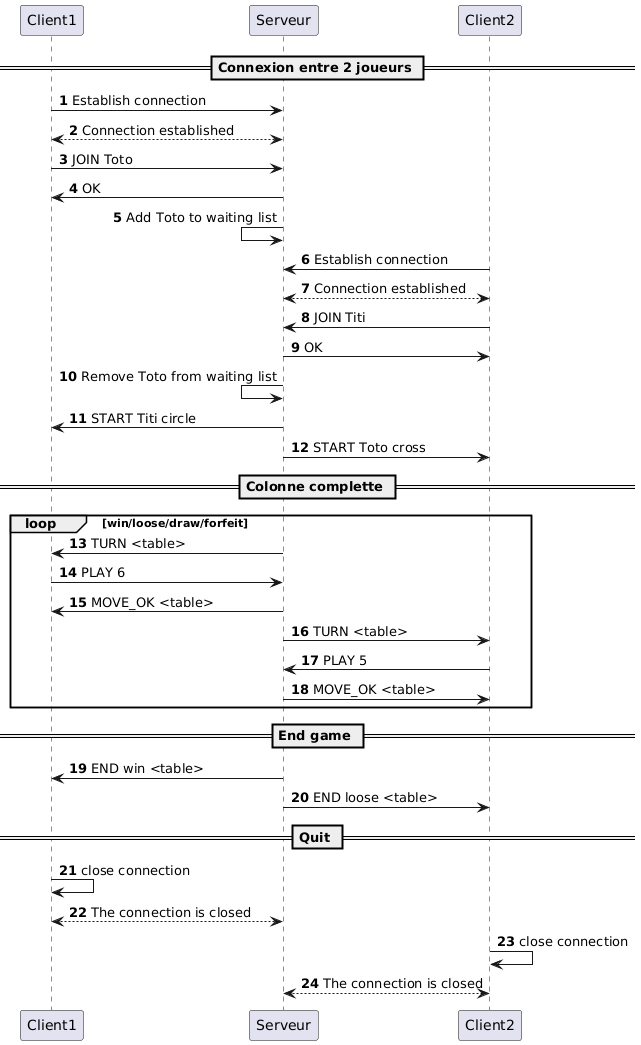
Earlier version of the PlantUML export protocol/normal-game.png (QuentinMichon/dai-work-2). Its diagram source:
```plantuml
@startuml
Participant Client1 as c1
Participant Serveur as s
Participant Client2 as c2

autonumber

== Connexion entre 2 joueurs ==

c1 -> s : Establish connection
c1 <--> s : Connection established
c1 -> s : JOIN Toto
c1 <- s : OK

s <- s : Add Toto to waiting list

c2 -> s : Establish connection
c2 <--> s : Connection established
c2 -> s : JOIN Titi
c2 <- s : OK

s <- s : Remove Toto from waiting list

c1 <- s : START Titi circle
c2 <- s : START Toto cross

== Colonne complette ==
loop win/loose/draw/forfeit
c1 <- s : TURN <table>
c1 -> s : PLAY 6
c1 <- s : MOVE_OK <table>

c2 <- s : TURN <table>
c2 -> s : PLAY 5
c2 <- s : MOVE_OK <table>
end loop
== End game ==

c1 <- s : END win <table>
c2 <- s : END loose <table>

== Quit ==

c1 -> c1 : close connection
c1 <--> s : The connection is closed

c2 -> c2 : close connection
c2 <--> s : The connection is closed
@enduml
```
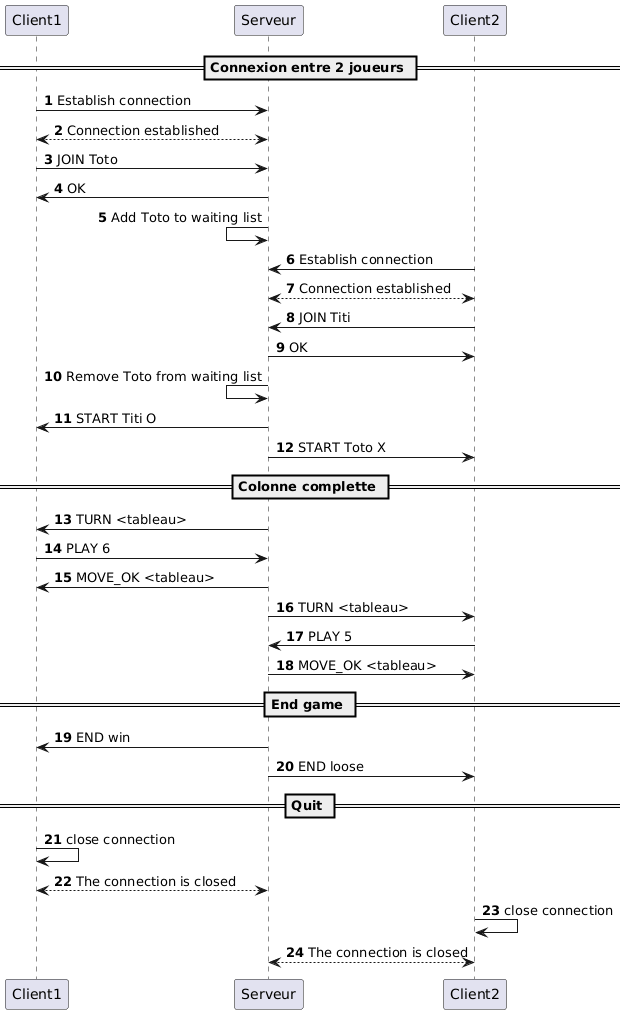
After the commit.

The edit, as a diff of the source:
```diff
@@ -21,23 +21,23 @@
 
 s <- s : Remove Toto from waiting list
 
-c1 <- s : START Titi circle
-c2 <- s : START Toto cross
+c1 <- s : START Titi O
+c2 <- s : START Toto X
 
 == Colonne complette ==
-loop win/loose/draw/forfeit
-c1 <- s : TURN <table>
+
+c1 <- s : TURN <tableau>
 c1 -> s : PLAY 6
-c1 <- s : MOVE_OK <table>
+c1 <- s : MOVE_OK <tableau>
 
-c2 <- s : TURN <table>
+c2 <- s : TURN <tableau>
 c2 -> s : PLAY 5
-c2 <- s : MOVE_OK <table>
-end loop
+c2 <- s : MOVE_OK <tableau>
+
 == End game ==
 
-c1 <- s : END win <table>
-c2 <- s : END loose <table>
+c1 <- s : END win
+c2 <- s : END loose
 
 == Quit ==
 
```
